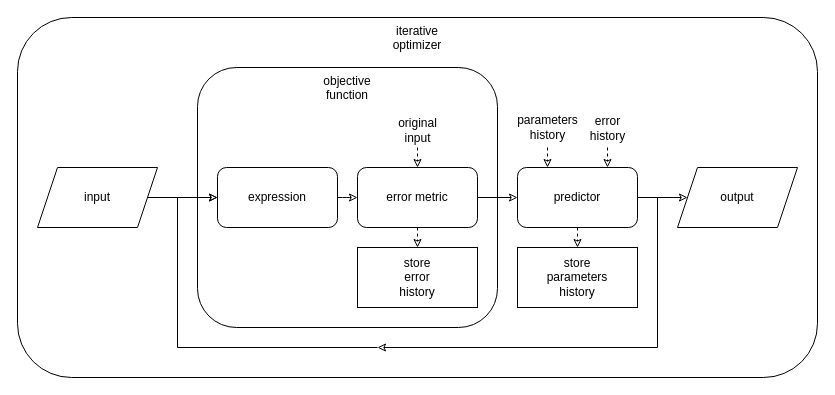
This is documentation/diagrams/iterative optimizer.drawio from deftasparagusanaconda/gapprox, a draw.io file, before an edit. Source tidied: cells renumbered, new cells numbered last; positions are measured from the earlier drawing's top-left corner, leaving out a move shared by most shapes. Both pictures are drawn from the tidied source at 100%, with x=0, y=0 at pixel (17, 17).
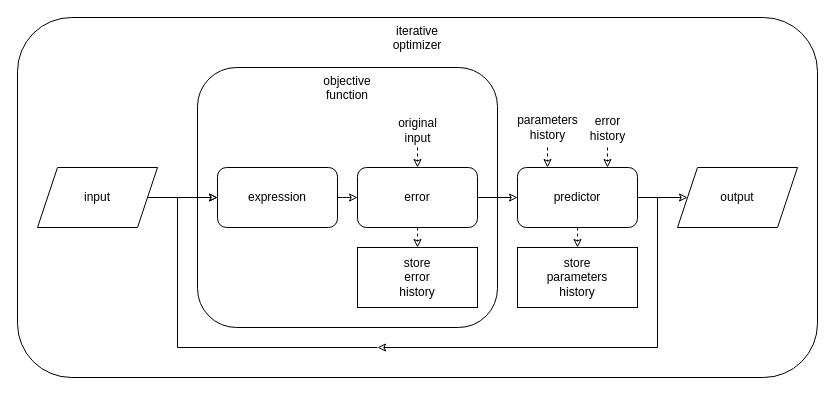
The same page after the edit.

What changed in the source:
```diff
@@
-    <mxCell id="12" value="&lt;div&gt;error metric&lt;/div&gt;" style="rounded=1;whiteSpace=wrap;html=1;fontFamily=Jetbrains Mono;fontSize=12;fontColor=light-dark(#000000,#FFFFFF);fillOpacity=0;" parent="1" vertex="1">
+    <mxCell id="12" value="error" style="rounded=1;whiteSpace=wrap;html=1;fontFamily=Jetbrains Mono;fontSize=12;fontColor=light-dark(#000000,#FFFFFF);fillOpacity=0;" parent="1" vertex="1">
       <mxGeometry x="340" y="150" width="120" height="60" as="geometry" />
     </mxCell>
```
